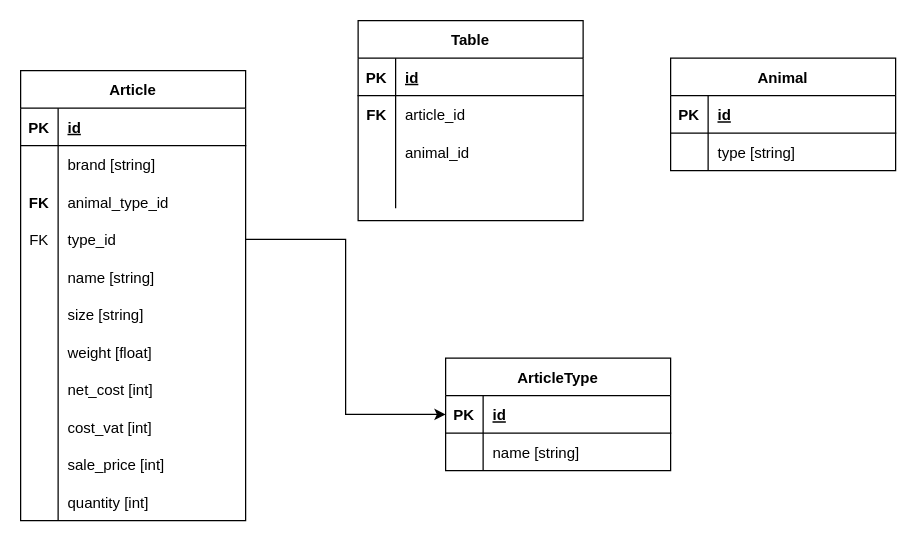
The draw.io diagram Untitled Diagram.drawio in web-gamma/backyardpetshop-diagrams, before the edit. Source tidied: cells renumbered, new cells numbered last; positions are measured from the earlier drawing's top-left corner, leaving out a move shared by most shapes. Both pictures are drawn from the tidied source at 125%, with x=0, y=0 at pixel (20, 20).
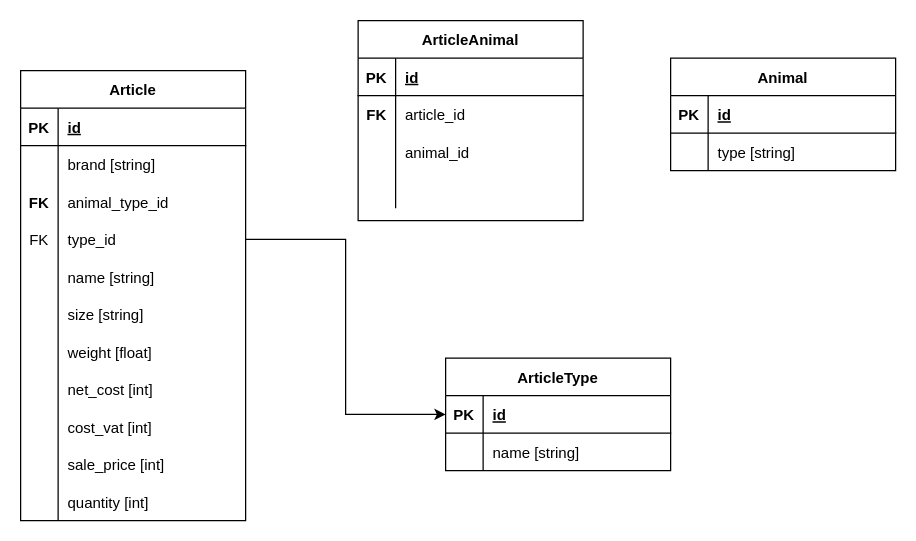
Above is the later version.

Change to the diagram source:
```diff
@@
-    <mxCell id="52" value="Table" style="shape=table;startSize=30;childLayout=tableLayout;rowLines=0;fontStyle=1;align=center;" parent="1" vertex="1">
+    <mxCell id="52" value="ArticleAnimal" style="shape=table;startSize=30;childLayout=tableLayout;rowLines=0;fontStyle=1;align=center;" parent="1" vertex="1">
       <mxGeometry x="270" width="180" height="160" as="geometry" />
     </mxCell>
```
